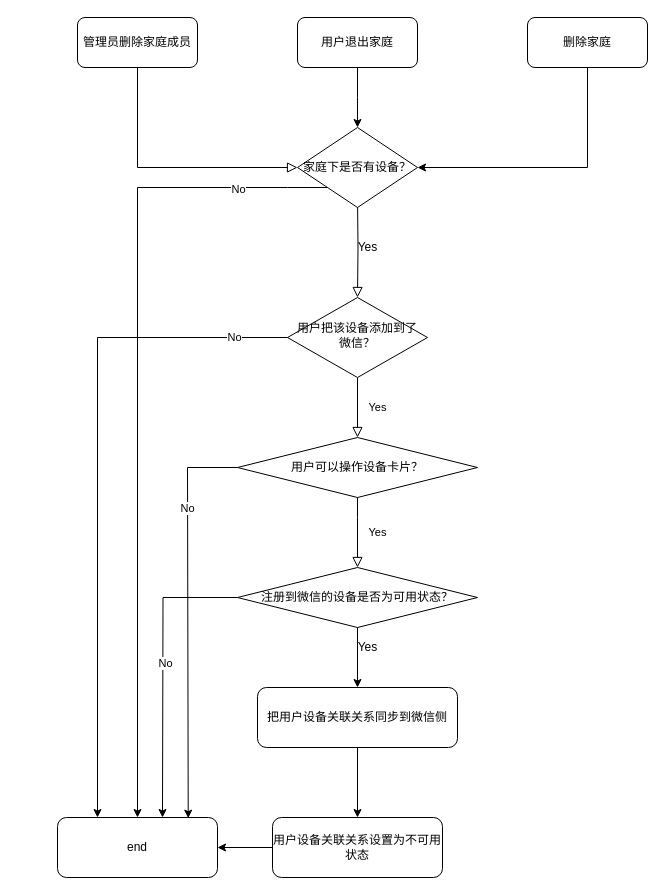
Earlier version of the draw.io diagram page "删除退出家庭" (1 of 4) of 注销后撤回或被驳回.drawio (lizhenghui337/draw). Source tidied: cells renumbered, new cells numbered last; positions are measured from the earlier drawing's top-left corner, leaving out a move shared by most shapes. Both pictures are drawn from the tidied source at 100%, with x=0, y=0 at pixel (57, 17).
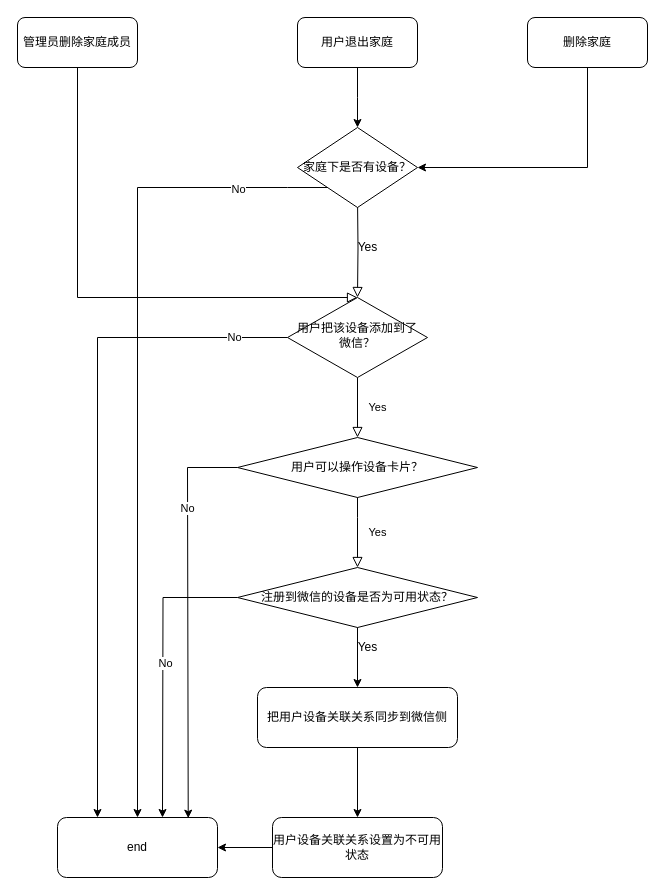
The same diagram, later.

Unchanged cells that the change refers to:
```xml
<mxCell id="4" value="用户把该设备添加到了微信？" style="rhombus;whiteSpace=wrap;html=1;shadow=0;fontFamily=Helvetica;fontSize=12;align=center;strokeWidth=1;spacing=6;spacingTop=-4;" parent="1" vertex="1">
  <mxGeometry x="230" y="280" width="140" height="80" as="geometry" />
</mxCell>
<mxCell id="7" value="家庭下是否有设备？" style="rhombus;whiteSpace=wrap;html=1;" parent="1" vertex="1">
  <mxGeometry x="240" y="110" width="120" height="80" as="geometry" />
</mxCell>
```

What changed in the source:
```diff
@@
-    <mxCell id="16" style="rounded=0;html=1;jettySize=auto;fontSize=11;endArrow=block;endFill=0;endSize=8;strokeWidth=1;shadow=0;labelBackgroundColor=none;edgeStyle=orthogonalEdgeStyle;entryX=0;entryY=0.5;entryDx=0;entryDy=0;exitX=0.5;exitY=1;exitDx=0;exitDy=0;" parent="1" edge="1" source="17" target="7">
-      <mxGeometry relative="1" as="geometry" />
+    <mxCell id="16" style="rounded=0;html=1;jettySize=auto;fontSize=11;endArrow=block;endFill=0;endSize=8;strokeWidth=1;shadow=0;labelBackgroundColor=none;edgeStyle=orthogonalEdgeStyle;entryX=0.5;entryY=0;entryDx=0;entryDy=0;exitX=0.5;exitY=1;exitDx=0;exitDy=0;" parent="1" edge="1" source="17" target="4">
+      <mxGeometry relative="1" as="geometry">
+        <Array as="points">
+          <mxPoint x="20" y="280" />
+        </Array>
+      </mxGeometry>
     </mxCell>
     <mxCell id="17" value="管理员删除家庭成员" style="rounded=1;whiteSpace=wrap;html=1;fontSize=12;glass=0;strokeWidth=1;shadow=0;" parent="1" vertex="1">
-      <mxGeometry x="20" width="120" height="50" as="geometry" />
+      <mxGeometry x="-40" width="120" height="50" as="geometry" />
     </mxCell>
```
